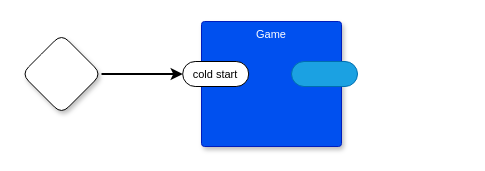
This is page "main" (1 of 3) of dc0d.drawio from guitarvydas/dc0d, a draw.io file, before an edit. Source tidied: cells renumbered, new cells numbered last; positions are measured from the earlier drawing's top-left corner, leaving out a move shared by most shapes. Both pictures are drawn from the tidied source at 100%, with x=0, y=0 at pixel (21, 21).
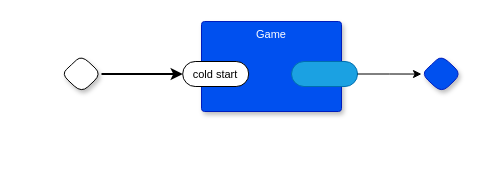
The same diagram, later.

Diff of the diagram source:
```diff
@@
 <mxGraphModel>
   <root>
     <mxCell id="0" />
     <mxCell id="1" parent="0" />
     <mxCell id="2" value="Game" style="rounded=1;whiteSpace=wrap;html=1;sketch=0;verticalAlign=top;arcSize=6;fontStyle=0;absoluteArcSize=1;shadow=1;strokeColor=#001DBC;fillColor=#0050ef;fontColor=#ffffff;fontFamily=Helvetica;fontSize=11;" parent="1" vertex="1">
-      <mxGeometry x="180" width="140" height="125" as="geometry" />
+      <mxGeometry x="180" width="140" height="90" as="geometry" />
     </mxCell>
     <mxCell id="3" value="cold start" style="rounded=1;whiteSpace=wrap;html=1;sketch=0;points=[[0,0.5,0,0,0],[1,0.5,0,0,0]];arcSize=50;fontFamily=Helvetica;fontSize=11;fontColor=default;" parent="2" vertex="1">
       <mxGeometry x="-18.8" y="40" width="66" height="25" as="geometry" />
     </mxCell>
     <mxCell id="4" style="rounded=1;whiteSpace=wrap;html=1;sketch=0;points=[[0,0.5,0,0,0],[1,0.5,0,0,0]];fillColor=#1ba1e2;fontColor=#ffffff;strokeColor=#006EAF;arcSize=50;fontFamily=Helvetica;fontSize=11;" parent="2" vertex="1">
       <mxGeometry x="90" y="40" width="66" height="25" as="geometry" />
     </mxCell>
     <mxCell id="5" style="rhombus;whiteSpace=wrap;html=1;rounded=1;fontStyle=1;glass=0;sketch=0;fontSize=12;points=[[0,0.5,0,0,0],[0.5,0,0,0,0],[0.5,1,0,0,0],[1,0.5,0,0,0]];shadow=1;fontFamily=Helvetica;fontColor=default;" parent="1" vertex="1">
-      <mxGeometry y="12.5" width="80" height="80" as="geometry" />
+      <mxGeometry x="40" y="33.8" width="40" height="37.5" as="geometry" />
     </mxCell>
     <mxCell id="6" style="edgeStyle=orthogonalEdgeStyle;rounded=1;jettySize=auto;html=1;exitX=1;exitY=0.5;exitDx=0;exitDy=0;exitPerimeter=0;entryX=0;entryY=0.5;entryDx=0;entryDy=0;entryPerimeter=0;curved=0;strokeWidth=2;" parent="1" edge="1" source="5" target="3">
       <mxGeometry relative="1" as="geometry" />
     </mxCell>
+    <mxCell id="7" style="edgeStyle=orthogonalEdgeStyle;rounded=0;jettySize=auto;html=1;exitX=1;exitY=0.5;exitDx=0;exitDy=0;exitPerimeter=0;entryX=0;entryY=0.5;entryDx=0;entryDy=0;entryPerimeter=0;" parent="1" edge="1" source="4" target="8">
+      <mxGeometry relative="1" as="geometry" />
+    </mxCell>
+    <mxCell id="8" style="rhombus;whiteSpace=wrap;html=1;rounded=1;fillColor=#0050ef;fontColor=#ffffff;strokeColor=#001DBC;fontStyle=1;glass=0;sketch=0;fontSize=12;points=[[0,0.5,0,0,0],[0.5,0,0,0,0],[0.5,1,0,0,0],[1,0.5,0,0,0]];shadow=1;fontFamily=Helvetica;" parent="1" vertex="1">
+      <mxGeometry x="400" y="33.8" width="40" height="37.5" as="geometry" />
+    </mxCell>
   </root>
 </mxGraphModel>
```
